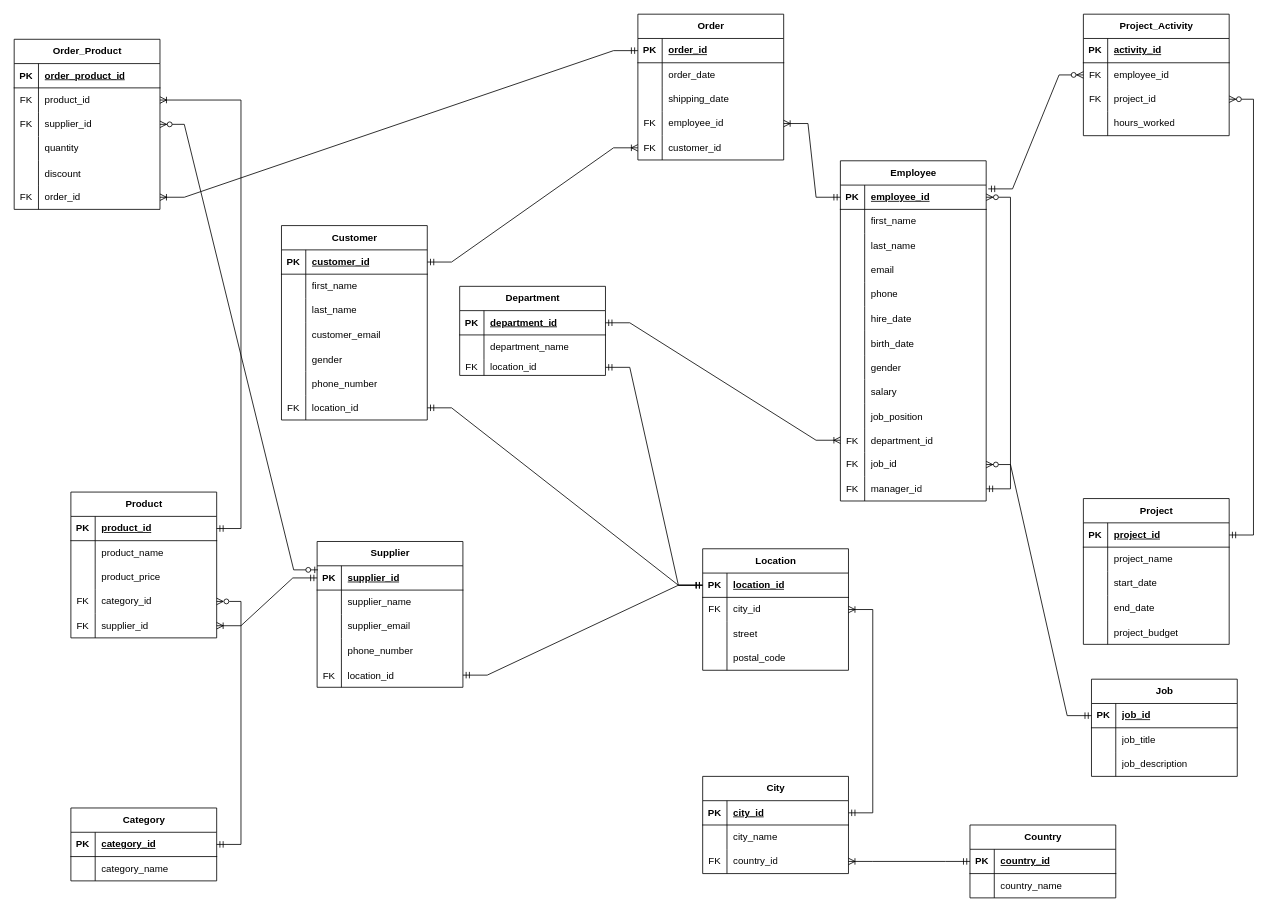
The draw.io diagram Untitled Diagram.drawio in Meyirzhan05/DBMS, before the edit. Source tidied: cells renumbered, new cells numbered last; positions are measured from the earlier drawing's top-left corner, leaving out a move shared by most shapes. Both pictures are drawn from the tidied source at 81%, with x=0, y=0 at pixel (14, 14).
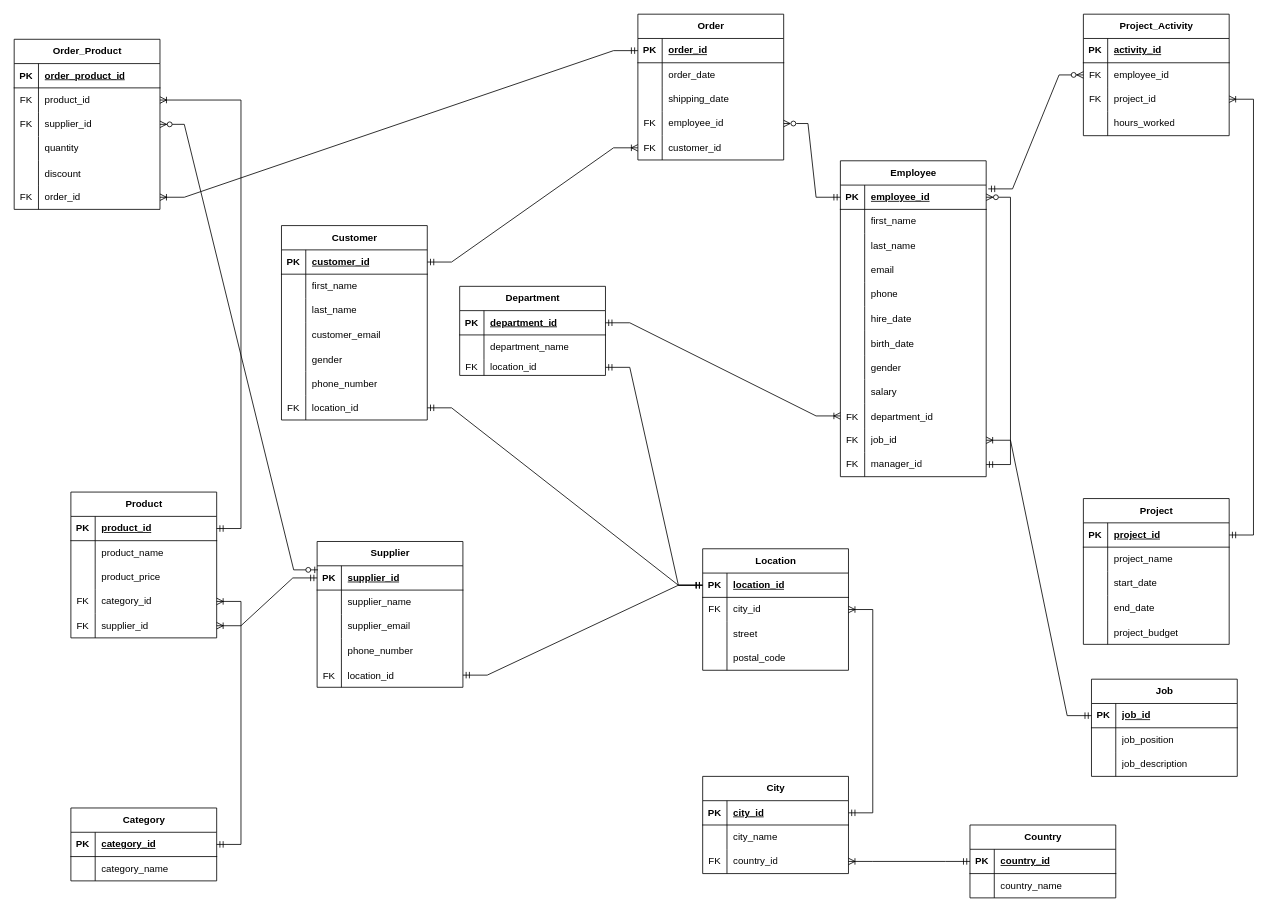
Above is the later version.

The change refers to these unchanged cells:
```xml
<mxCell id="3" style="shape=tableRow;horizontal=0;startSize=0;swimlaneHead=0;swimlaneBody=0;fillColor=none;points=[[0,0.5],[1,0.5]];portConstraint=eastwest;top=0;left=0;right=0;bottom=1;" parent="2" vertex="1">
  <mxGeometry y="30" width="180" height="30" as="geometry" />
</mxCell>
<mxCell id="55" style="shape=tableRow;horizontal=0;startSize=0;swimlaneHead=0;swimlaneBody=0;fillColor=none;points=[[0,0.5],[1,0.5]];portConstraint=eastwest;top=0;left=0;right=0;bottom=1;" parent="54" vertex="1">
  <mxGeometry y="30" width="180" height="30" as="geometry" />
</mxCell>
<mxCell id="58" style="shape=tableRow;horizontal=0;startSize=0;swimlaneHead=0;swimlaneBody=0;fillColor=none;top=0;left=0;right=0;bottom=0;" parent="54" vertex="1">
  <mxGeometry y="60" width="180" height="30" as="geometry" />
</mxCell>
<mxCell id="87" style="shape=tableRow;horizontal=0;startSize=0;swimlaneHead=0;swimlaneBody=0;fillColor=none;points=[[0,0.5],[1,0.5]];portConstraint=eastwest;top=0;left=0;right=0;bottom=0;" parent="80" vertex="1">
  <mxGeometry y="90" width="180" height="30" as="geometry" />
</mxCell>
<mxCell id="155" style="shape=tableRow;horizontal=0;startSize=0;swimlaneHead=0;swimlaneBody=0;fillColor=none;points=[[0,0.5],[1,0.5]];portConstraint=eastwest;top=0;left=0;right=0;bottom=0;" parent="145" vertex="1">
  <mxGeometry y="120" width="180" height="30" as="geometry" />
</mxCell>
<mxCell id="178" style="shape=tableRow;horizontal=0;startSize=0;swimlaneHead=0;swimlaneBody=0;fillColor=none;points=[[0,0.5],[1,0.5]];portConstraint=eastwest;top=0;left=0;right=0;bottom=1;" parent="177" vertex="1">
  <mxGeometry y="30" width="180" height="30" as="geometry" />
</mxCell>
<mxCell id="194" style="shape=tableRow;horizontal=0;startSize=0;swimlaneHead=0;swimlaneBody=0;fillColor=none;points=[[0,0.5],[1,0.5]];portConstraint=eastwest;top=0;left=0;right=0;bottom=0;" parent="184" vertex="1">
  <mxGeometry y="120" width="180" height="30" as="geometry" />
</mxCell>
```

Diff of the diagram source:
```diff
@@
     <mxCell id="2" value="Employee" style="shape=table;startSize=30;childLayout=tableLayout;rowLines=0;fontStyle=1;align=center;html=1;" parent="1" vertex="1">
-      <mxGeometry x="1020" y="181" width="180" height="420" as="geometry" />
+      <mxGeometry x="1020" y="181" width="180" height="390" as="geometry" />
     </mxCell>
@@
-    <mxCell id="30" style="shape=tableRow;horizontal=0;startSize=0;swimlaneHead=0;swimlaneBody=0;fillColor=none;top=0;left=0;right=0;bottom=0;" parent="2" vertex="1">
-      <mxGeometry y="300" width="180" height="30" as="geometry" />
-    </mxCell>
-    <mxCell id="31" style="shape=partialRectangle;fillColor=none;top=0;left=0;bottom=0;right=0;overflow=hidden;" parent="30" vertex="1">
-      <mxGeometry width="30" height="30" as="geometry" />
-    </mxCell>
-    <mxCell id="32" value="job_position" style="shape=partialRectangle;fillColor=none;top=0;left=0;bottom=0;right=0;align=left;spacingLeft=6;overflow=hidden;" parent="30" vertex="1">
-      <mxGeometry x="30" width="150" height="30" as="geometry" />
-    </mxCell>
     <mxCell id="33" style="shape=tableRow;horizontal=0;startSize=0;swimlaneHead=0;swimlaneBody=0;fillColor=none;points=[[0,0.5],[1,0.5]];portConstraint=eastwest;top=0;left=0;right=0;bottom=0;" parent="2" vertex="1">
-      <mxGeometry y="330" width="180" height="30" as="geometry" />
+      <mxGeometry y="300" width="180" height="30" as="geometry" />
     </mxCell>
@@
     <mxCell id="36" style="shape=tableRow;horizontal=0;startSize=0;swimlaneHead=0;swimlaneBody=0;fillColor=none;points=[[0,0.5],[1,0.5]];portConstraint=eastwest;top=0;left=0;right=0;bottom=0;" parent="2" vertex="1">
-      <mxGeometry y="360" width="180" height="30" as="geometry" />
+      <mxGeometry y="330" width="180" height="30" as="geometry" />
     </mxCell>
@@
     <mxCell id="39" style="shape=tableRow;horizontal=0;startSize=0;swimlaneHead=0;swimlaneBody=0;fillColor=none;points=[[0,0.5],[1,0.5]];portConstraint=eastwest;top=0;left=0;right=0;bottom=0;" parent="2" vertex="1">
-      <mxGeometry y="390" width="180" height="30" as="geometry" />
+      <mxGeometry y="360" width="180" height="30" as="geometry" />
     </mxCell>
@@
-    <mxCell id="60" value="job_title" style="shape=partialRectangle;fillColor=none;top=0;left=0;bottom=0;right=0;align=left;spacingLeft=6;overflow=hidden;whiteSpace=wrap;html=1;" parent="58" vertex="1">
+    <mxCell id="60" value="job_position" style="shape=partialRectangle;fillColor=none;top=0;left=0;bottom=0;right=0;align=left;spacingLeft=6;overflow=hidden;whiteSpace=wrap;html=1;" parent="58" vertex="1">
       <mxGeometry x="30" width="150" height="30" as="geometry" />
     </mxCell>
@@
-    <mxCell id="219" style="edgeStyle=entityRelationEdgeStyle;fontSize=12;html=1;endArrow=ERzeroToMany;startArrow=ERmandOne;rounded=0;entryX=1;entryY=0.5;entryDx=0;entryDy=0;" parent="1" edge="1" target="87">
+    <mxCell id="219" style="edgeStyle=entityRelationEdgeStyle;fontSize=12;html=1;endArrow=ERoneToMany;startArrow=ERmandOne;rounded=0;entryX=1;entryY=0.5;entryDx=0;entryDy=0;endFill=0;" parent="1" edge="1" target="87">
       <mxGeometry relative="1" as="geometry">
         <mxPoint x="1500" y="643" as="sourcePoint" />
       </mxGeometry>
     </mxCell>
@@
-    <mxCell id="221" style="edgeStyle=entityRelationEdgeStyle;fontSize=12;html=1;endArrow=ERzeroToMany;startArrow=ERmandOne;rounded=0;exitX=0;exitY=0.5;exitDx=0;exitDy=0;" parent="1" edge="1" source="55" target="36">
+    <mxCell id="221" style="edgeStyle=entityRelationEdgeStyle;fontSize=12;html=1;endArrow=ERoneToMany;startArrow=ERmandOne;rounded=0;exitX=0;exitY=0.5;exitDx=0;exitDy=0;endFill=0;" parent="1" edge="1" source="55" target="36">
       <mxGeometry relative="1" as="geometry" />
     </mxCell>
-    <mxCell id="222" style="edgeStyle=entityRelationEdgeStyle;fontSize=12;html=1;endArrow=ERoneToMany;startArrow=ERmandOne;rounded=0;entryX=1;entryY=0.5;entryDx=0;entryDy=0;exitX=0;exitY=0.5;exitDx=0;exitDy=0;" parent="1" edge="1" source="3" target="155">
+    <mxCell id="222" style="edgeStyle=entityRelationEdgeStyle;fontSize=12;html=1;endArrow=ERzeroToMany;startArrow=ERmandOne;rounded=0;entryX=1;entryY=0.5;entryDx=0;entryDy=0;exitX=0;exitY=0.5;exitDx=0;exitDy=0;endFill=0;" parent="1" edge="1" source="3" target="155">
       <mxGeometry relative="1" as="geometry" />
     </mxCell>
@@
-    <mxCell id="227" style="edgeStyle=entityRelationEdgeStyle;fontSize=12;html=1;endArrow=ERzeroToMany;startArrow=ERmandOne;rounded=0;endFill=0;entryX=1;entryY=0.5;entryDx=0;entryDy=0;exitX=1;exitY=0.5;exitDx=0;exitDy=0;" parent="1" edge="1" source="178" target="194">
+    <mxCell id="227" style="edgeStyle=entityRelationEdgeStyle;fontSize=12;html=1;endArrow=ERoneToMany;startArrow=ERmandOne;rounded=0;endFill=0;entryX=1;entryY=0.5;entryDx=0;entryDy=0;exitX=1;exitY=0.5;exitDx=0;exitDy=0;" parent="1" edge="1" source="178" target="194">
       <mxGeometry relative="1" as="geometry" />
     </mxCell>
```
